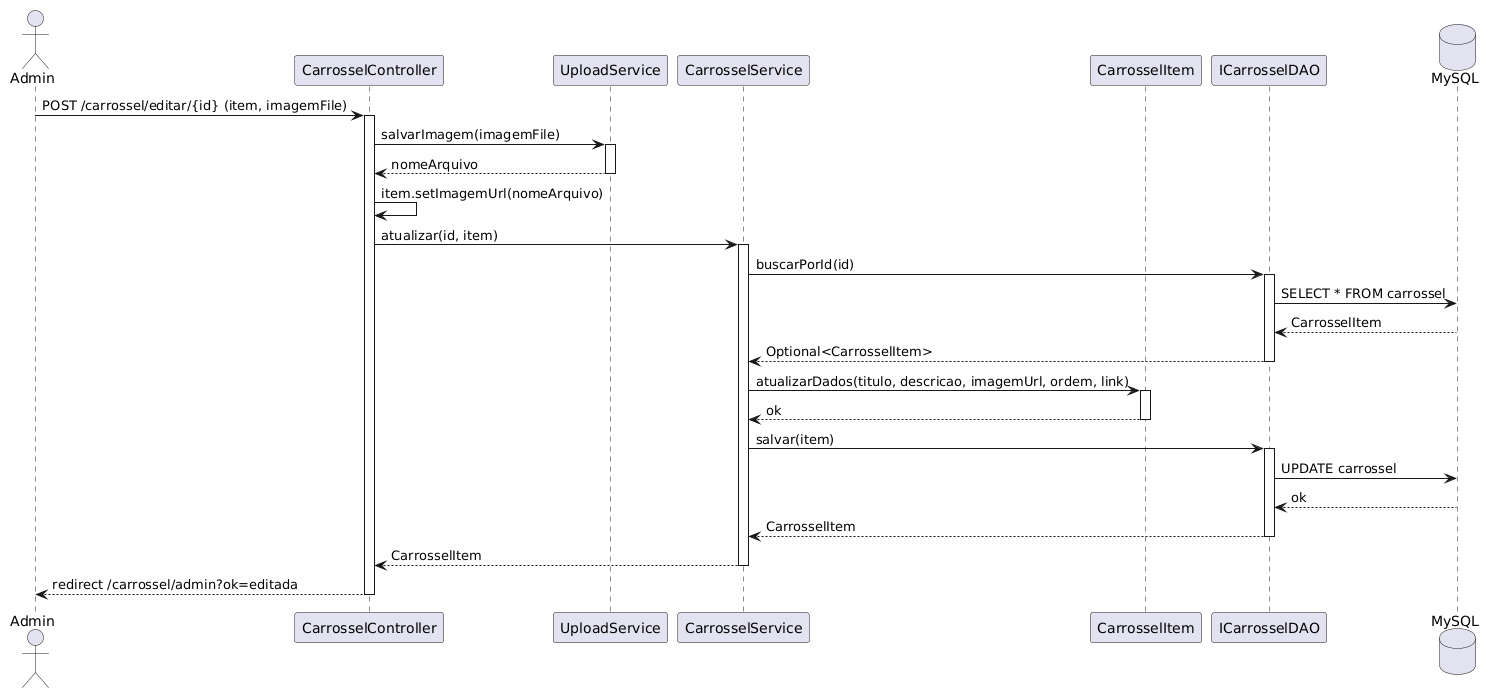
The PlantUML diagram Diagramas/Diagramas de Sequência/Carrossel/Diagrama de Sequencia - Editar Carrossel.png in MatheusAbib/Jornal-de-Receitas, before a commit.
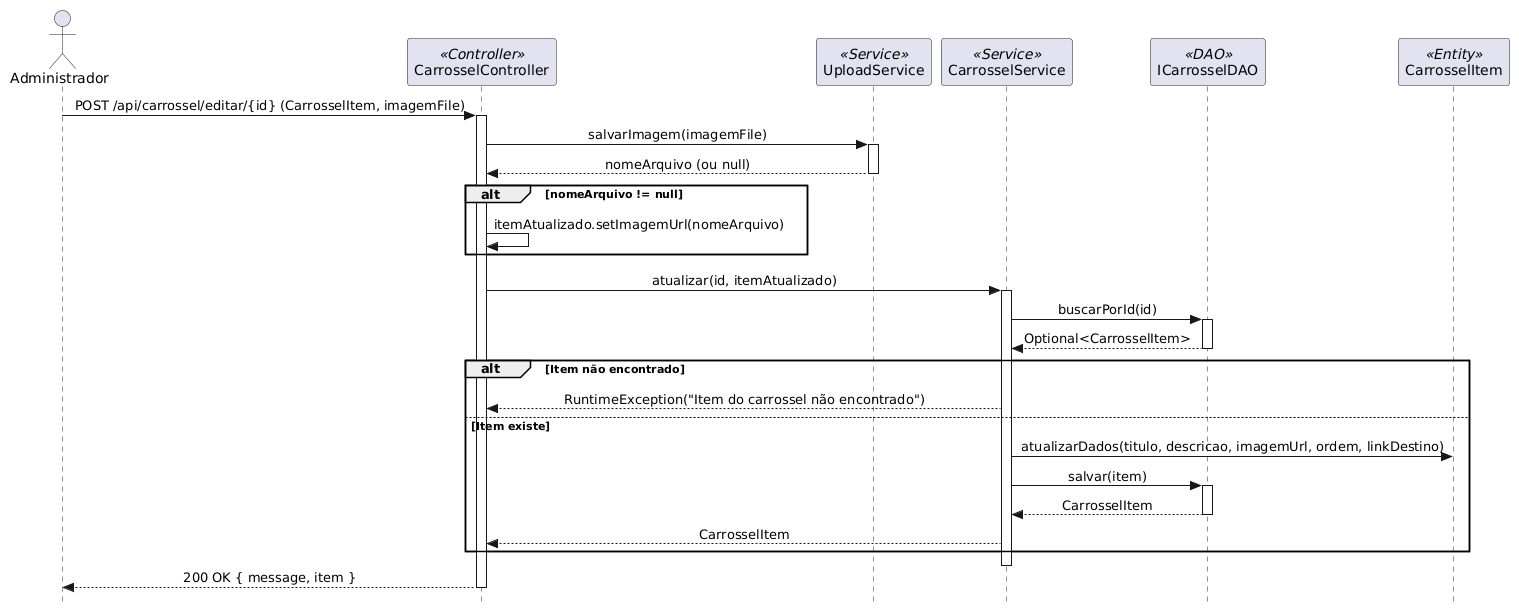
The same diagram one commit later.

The edit, as a diff of the source:
```diff
@@ -1,47 +1,41 @@
 @startuml
-actor "Admin" as admin
-participant "CarrosselController" as controller
-participant "UploadService" as upload
-participant "CarrosselService" as service
-participant "CarrosselItem" as item
-participant "ICarrosselDAO" as dao
-database "MySQL" as db
+skinparam style strictuml
+skinparam sequenceMessageAlign center
+skinparam shadowing false
 
-admin -> controller : POST /carrossel/editar/{id} (item, imagemFile)
-activate controller
+actor "Administrador" as admin
+participant "CarrosselController" as ctrl <<Controller>>
+participant "UploadService" as upload <<Service>>
+participant "CarrosselService" as svc <<Service>>
+participant "ICarrosselDAO" as dao <<DAO>>
+participant "CarrosselItem" as model <<Entity>>
 
-controller -> upload : salvarImagem(imagemFile)
+admin -> ctrl: POST /api/carrossel/editar/{id} (CarrosselItem, imagemFile)
+activate ctrl
+ctrl -> upload: salvarImagem(imagemFile)
 activate upload
-upload --> controller : nomeArquivo
+upload --> ctrl: nomeArquivo (ou null)
 deactivate upload
-
-controller -> controller : item.setImagemUrl(nomeArquivo)
-
-controller -> service : atualizar(id, item)
-activate service
-
-service -> dao : buscarPorId(id)
+alt nomeArquivo != null
+    ctrl -> ctrl: itemAtualizado.setImagemUrl(nomeArquivo)
+end
+ctrl -> svc: atualizar(id, itemAtualizado)
+activate svc
+svc -> dao: buscarPorId(id)
 activate dao
-dao -> db : SELECT * FROM carrossel
-db --> dao : CarrosselItem
-dao --> service : Optional<CarrosselItem>
+dao --> svc: Optional<CarrosselItem>
 deactivate dao
-
-service -> item : atualizarDados(titulo, descricao, imagemUrl, ordem, link)
-activate item
-item --> service : ok
-deactivate item
-
-service -> dao : salvar(item)
-activate dao
-dao -> db : UPDATE carrossel
-db --> dao : ok
-dao --> service : CarrosselItem
-deactivate dao
-
-service --> controller : CarrosselItem
-deactivate service
-
-controller --> admin : redirect /carrossel/admin?ok=editada
-deactivate controller
+alt Item não encontrado
+    svc --> ctrl: RuntimeException("Item do carrossel não encontrado")
+else Item existe
+    svc -> model: atualizarDados(titulo, descricao, imagemUrl, ordem, linkDestino)
+    svc -> dao: salvar(item)
+    activate dao
+    dao --> svc: CarrosselItem
+    deactivate dao
+    svc --> ctrl: CarrosselItem
+end
+deactivate svc
+ctrl --> admin: 200 OK { message, item }
+deactivate ctrl
 @enduml
```
